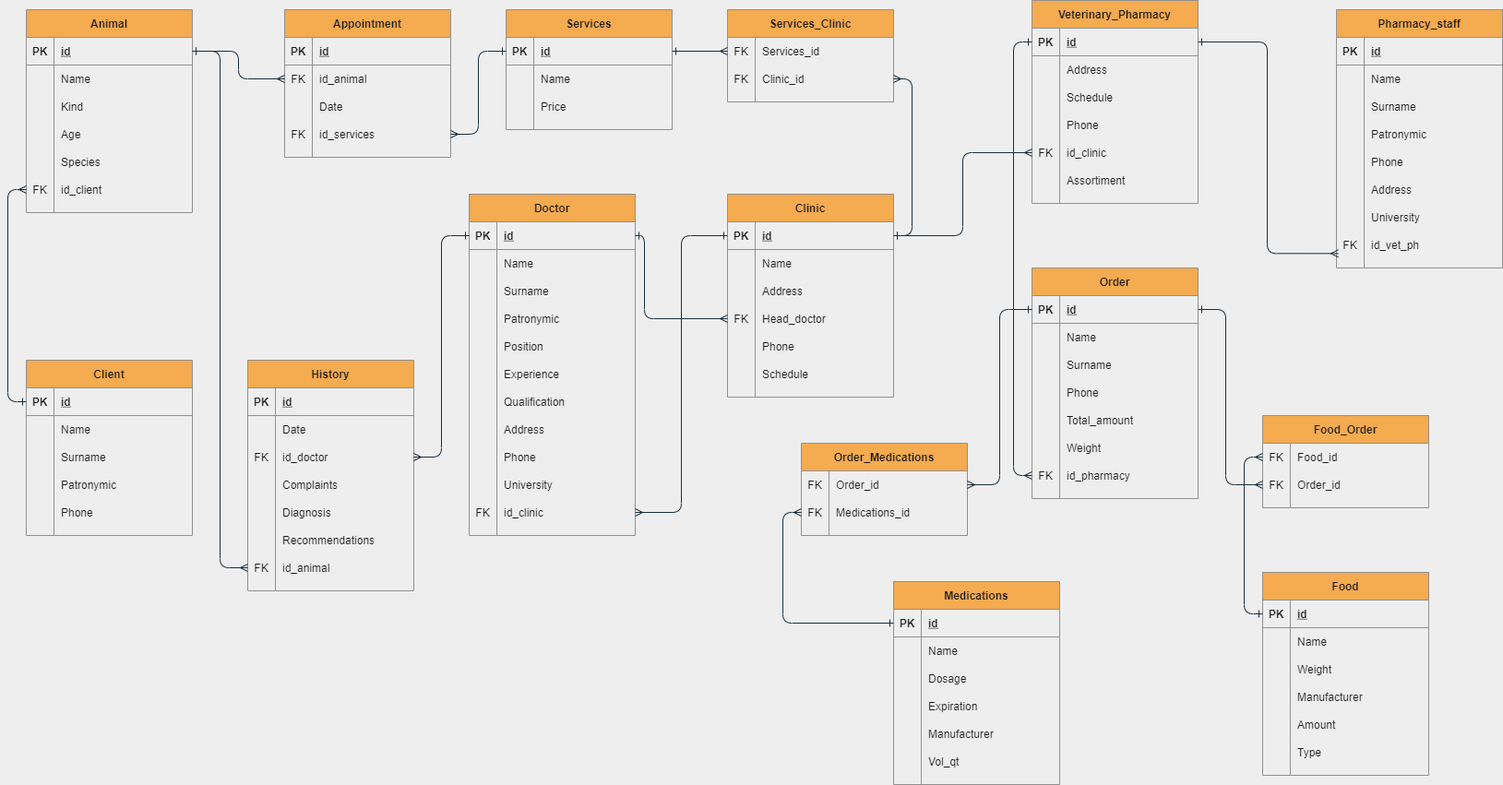
Above: ERD_vet.png in 21shunya/vet (draw.io), before the change. Source tidied: cells renumbered, new cells last; positions are measured from the earlier drawing's top-left corner, leaving out a move shared by most shapes.
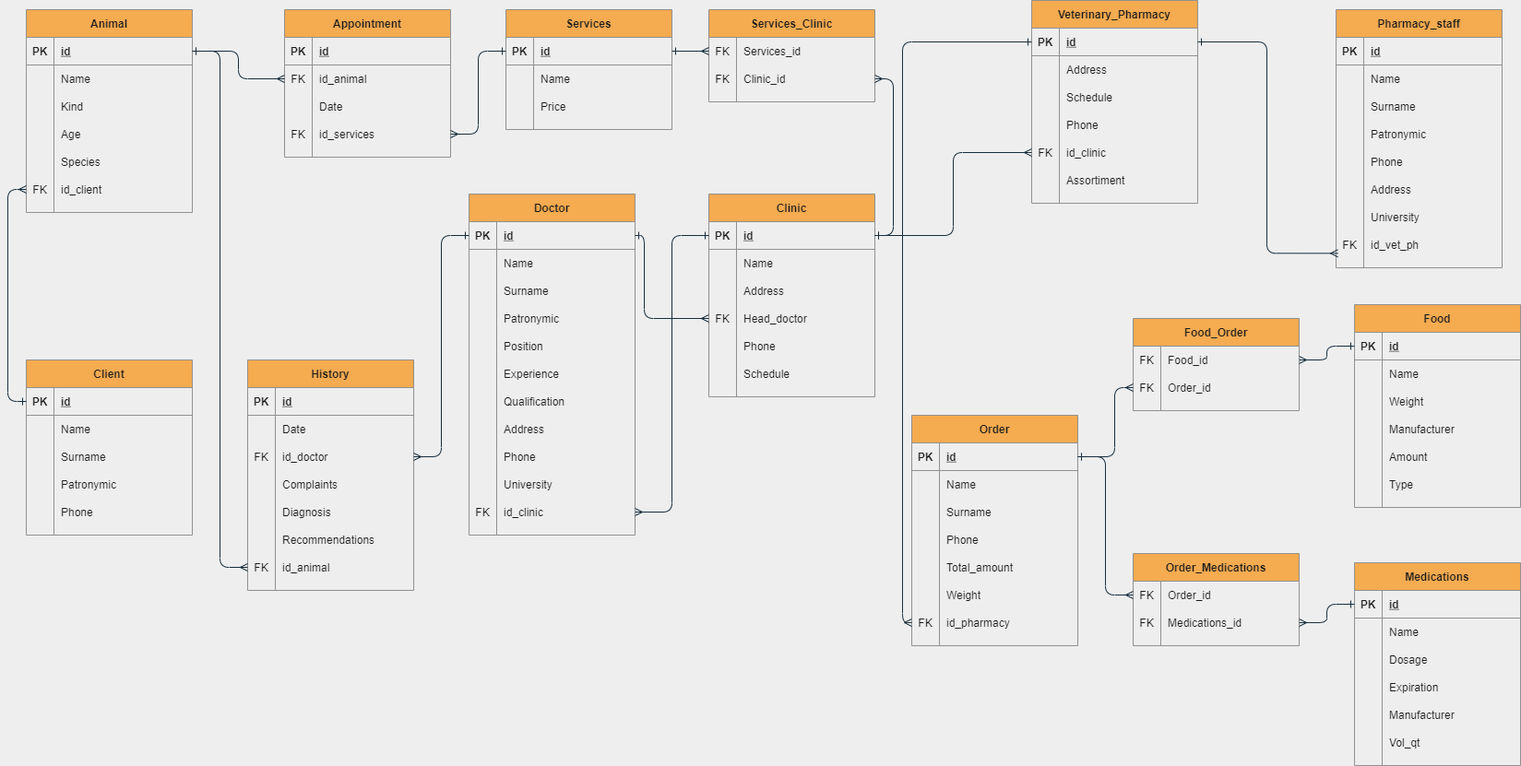
After the commit.

Change to the diagram source:
```diff
@@ -276,7 +276,7 @@
       <mxGeometry x="30" width="150" height="30" as="geometry" />
     </mxCell>
     <mxCell id="93" value="Clinic" style="shape=table;startSize=30;rowLines=0;fontStyle=1;align=center;fillColor=#F5AB50;strokeColor=#909090;fontColor=#1A1A1A;" parent="1" vertex="1">
-      <mxGeometry x="760" y="210" width="180" height="220" as="geometry" />
+      <mxGeometry x="740" y="210" width="180" height="220" as="geometry" />
     </mxCell>
     <mxCell id="94" style="shape=partialRectangle;fillColor=none;top=0;left=0;bottom=1;right=0;points=[[0,0.5],[1,0.5]];portConstraint=eastwest;strokeColor=#909090;fontColor=#1A1A1A;" parent="93" vertex="1">
       <mxGeometry y="30" width="180" height="30" as="geometry" />
@@ -333,7 +333,7 @@
       <mxGeometry x="30" width="150" height="30" as="geometry" />
     </mxCell>
     <mxCell id="112" value="Services_Clinic" style="shape=table;startSize=30;rowLines=0;fontStyle=1;align=center;fillColor=#F5AB50;strokeColor=#909090;fontColor=#1A1A1A;" parent="1" vertex="1">
-      <mxGeometry x="760" y="10" width="180" height="100" as="geometry" />
+      <mxGeometry x="740" y="10" width="180" height="100" as="geometry" />
     </mxCell>
     <mxCell id="113" style="shape=partialRectangle;fillColor=none;top=0;left=0;bottom=0;right=0;points=[[0,0.5],[1,0.5]];portConstraint=eastwest;strokeColor=#909090;fontColor=#1A1A1A;" parent="112" vertex="1">
       <mxGeometry y="30" width="180" height="30" as="geometry" />
@@ -423,7 +423,7 @@
       <mxGeometry x="30" width="150" height="30" as="geometry" />
     </mxCell>
     <mxCell id="142" value="Order_Medications" style="shape=table;startSize=30;rowLines=0;fontStyle=1;align=center;fillColor=#F5AB50;strokeColor=#909090;fontColor=#1A1A1A;" parent="1" vertex="1">
-      <mxGeometry x="840" y="480" width="180" height="100" as="geometry" />
+      <mxGeometry x="1200" y="600" width="180" height="100" as="geometry" />
     </mxCell>
     <mxCell id="143" style="shape=partialRectangle;fillColor=none;top=0;left=0;bottom=0;right=0;points=[[0,0.5],[1,0.5]];portConstraint=eastwest;strokeColor=#909090;fontColor=#1A1A1A;" parent="142" vertex="1">
       <mxGeometry y="30" width="180" height="30" as="geometry" />
@@ -501,7 +501,7 @@
       <mxGeometry x="30" width="150" height="30" as="geometry" />
     </mxCell>
     <mxCell id="168" value="Food_Order" style="shape=table;startSize=30;rowLines=0;fontStyle=1;align=center;fillColor=#F5AB50;strokeColor=#909090;fontColor=#1A1A1A;" parent="1" vertex="1">
-      <mxGeometry x="1340" y="450" width="180" height="100" as="geometry" />
+      <mxGeometry x="1200" y="345" width="180" height="100" as="geometry" />
     </mxCell>
     <mxCell id="169" style="shape=partialRectangle;fillColor=none;top=0;left=0;bottom=0;right=0;points=[[0,0.5],[1,0.5]];portConstraint=eastwest;strokeColor=#909090;fontColor=#1A1A1A;" parent="168" vertex="1">
       <mxGeometry y="30" width="180" height="30" as="geometry" />
@@ -597,7 +597,7 @@
       <mxGeometry x="30" width="150" height="30" as="geometry" />
     </mxCell>
     <mxCell id="200" value="Order" style="shape=table;startSize=30;rowLines=0;fontStyle=1;align=center;fillColor=#F5AB50;strokeColor=#909090;fontColor=#1A1A1A;" parent="1" vertex="1">
-      <mxGeometry x="1090" y="290" width="180" height="250" as="geometry" />
+      <mxGeometry x="960" y="450" width="180" height="250" as="geometry" />
     </mxCell>
     <mxCell id="201" style="shape=partialRectangle;fillColor=none;top=0;left=0;bottom=1;right=0;points=[[0,0.5],[1,0.5]];portConstraint=eastwest;strokeColor=#909090;fontColor=#1A1A1A;" parent="200" vertex="1">
       <mxGeometry y="30" width="180" height="30" as="geometry" />
@@ -663,7 +663,7 @@
       <mxGeometry x="30" width="150" height="30" as="geometry" />
     </mxCell>
     <mxCell id="222" value="Food" style="shape=table;startSize=30;rowLines=0;fontStyle=1;align=center;fillColor=#F5AB50;strokeColor=#909090;fontColor=#1A1A1A;" parent="1" vertex="1">
-      <mxGeometry x="1340" y="620" width="180" height="220" as="geometry" />
+      <mxGeometry x="1440" y="330" width="180" height="220" as="geometry" />
     </mxCell>
     <mxCell id="223" style="shape=partialRectangle;fillColor=none;top=0;left=0;bottom=1;right=0;points=[[0,0.5],[1,0.5]];portConstraint=eastwest;strokeColor=#909090;fontColor=#1A1A1A;" parent="222" vertex="1">
       <mxGeometry y="30" width="180" height="30" as="geometry" />
@@ -758,7 +758,7 @@
       <mxGeometry relative="1" as="geometry" />
     </mxCell>
     <mxCell id="252" value="Medications" style="shape=table;startSize=30;rowLines=0;fontStyle=1;align=center;fillColor=#F5AB50;strokeColor=#909090;fontColor=#1A1A1A;" parent="1" vertex="1">
-      <mxGeometry x="940" y="630" width="180" height="220" as="geometry" />
+      <mxGeometry x="1440" y="610" width="180" height="220" as="geometry" />
     </mxCell>
     <mxCell id="253" style="shape=partialRectangle;fillColor=none;top=0;left=0;bottom=1;right=0;points=[[0,0.5],[1,0.5]];portConstraint=eastwest;strokeColor=#909090;fontColor=#1A1A1A;" parent="252" vertex="1">
       <mxGeometry y="30" width="180" height="30" as="geometry" />
@@ -814,25 +814,31 @@
     <mxCell id="270" value="Vol_qt" style="shape=partialRectangle;fillColor=none;top=0;left=0;bottom=0;right=0;align=left;spacingLeft=6;overflow=hidden;strokeColor=#909090;fontColor=#1A1A1A;" parent="268" vertex="1">
       <mxGeometry x="30" width="150" height="30" as="geometry" />
     </mxCell>
-    <mxCell id="271" style="edgeStyle=orthogonalEdgeStyle;curved=0;rounded=1;sketch=0;jettySize=auto;html=1;entryX=0;entryY=0.5;entryDx=0;entryDy=0;fontColor=#1A1A1A;startArrow=ERone;startFill=0;endArrow=ERmany;endFill=0;strokeColor=#182E3E;" parent="1" edge="1" source="201" target="172">
+    <mxCell id="271" style="edgeStyle=orthogonalEdgeStyle;curved=0;rounded=1;sketch=0;jettySize=auto;html=1;entryX=0;entryY=0.5;entryDx=0;entryDy=0;fontColor=#1A1A1A;startArrow=ERone;startFill=0;endArrow=ERmany;endFill=0;strokeColor=#182E3E;" parent="1" edge="1" target="172">
       <mxGeometry relative="1" as="geometry">
+        <mxPoint x="1140" y="495" as="sourcePoint" />
         <Array as="points">
-          <mxPoint x="1300" y="335" />
-          <mxPoint x="1300" y="525" />
+          <mxPoint x="1180" y="495" />
+          <mxPoint x="1180" y="420" />
         </Array>
       </mxGeometry>
     </mxCell>
-    <mxCell id="272" style="edgeStyle=orthogonalEdgeStyle;curved=0;rounded=1;sketch=0;jettySize=auto;html=1;entryX=1;entryY=0.5;entryDx=0;entryDy=0;fontColor=#1A1A1A;startArrow=ERone;startFill=0;endArrow=ERmany;endFill=0;strokeColor=#182E3E;" parent="1" edge="1" source="201" target="143">
+    <mxCell id="272" style="edgeStyle=orthogonalEdgeStyle;curved=0;rounded=1;sketch=0;jettySize=auto;html=1;entryX=0;entryY=0.5;entryDx=0;entryDy=0;fontColor=#1A1A1A;startArrow=ERone;startFill=0;endArrow=ERmany;endFill=0;strokeColor=#182E3E;" parent="1" edge="1" source="201" target="143">
       <mxGeometry relative="1" as="geometry" />
     </mxCell>
-    <mxCell id="273" style="edgeStyle=orthogonalEdgeStyle;curved=0;rounded=1;sketch=0;jettySize=auto;html=1;entryX=0;entryY=0.5;entryDx=0;entryDy=0;fontColor=#1A1A1A;startArrow=ERone;startFill=0;endArrow=ERmany;endFill=0;strokeColor=#182E3E;" parent="1" edge="1" source="223" target="169">
+    <mxCell id="273" style="edgeStyle=orthogonalEdgeStyle;curved=0;rounded=1;sketch=0;jettySize=auto;html=1;entryX=1;entryY=0.5;entryDx=0;entryDy=0;fontColor=#1A1A1A;startArrow=ERone;startFill=0;endArrow=ERmany;endFill=0;strokeColor=#182E3E;" parent="1" edge="1" source="223" target="169">
       <mxGeometry relative="1" as="geometry" />
     </mxCell>
-    <mxCell id="274" style="edgeStyle=orthogonalEdgeStyle;curved=0;rounded=1;sketch=0;jettySize=auto;html=1;entryX=0;entryY=0.5;entryDx=0;entryDy=0;fontColor=#1A1A1A;startArrow=ERone;startFill=0;endArrow=ERmany;endFill=0;strokeColor=#182E3E;" parent="1" edge="1" source="253" target="146">
+    <mxCell id="274" style="edgeStyle=orthogonalEdgeStyle;curved=0;rounded=1;sketch=0;jettySize=auto;html=1;entryX=1;entryY=0.5;entryDx=0;entryDy=0;fontColor=#1A1A1A;startArrow=ERone;startFill=0;endArrow=ERmany;endFill=0;strokeColor=#182E3E;" parent="1" edge="1" source="253" target="146">
       <mxGeometry relative="1" as="geometry" />
     </mxCell>
     <mxCell id="275" style="edgeStyle=orthogonalEdgeStyle;curved=0;rounded=1;sketch=0;jettySize=auto;html=1;fontColor=#1A1A1A;startArrow=ERone;startFill=0;endArrow=ERmany;endFill=0;strokeColor=#182E3E;entryX=0;entryY=0.5;entryDx=0;entryDy=0;" parent="1" edge="1" source="150" target="219">
-      <mxGeometry relative="1" as="geometry" />
+      <mxGeometry relative="1" as="geometry">
+        <Array as="points">
+          <mxPoint x="950" y="45" />
+          <mxPoint x="950" y="675" />
+        </Array>
+      </mxGeometry>
     </mxCell>
   </root>
 </mxGraphModel>
```
